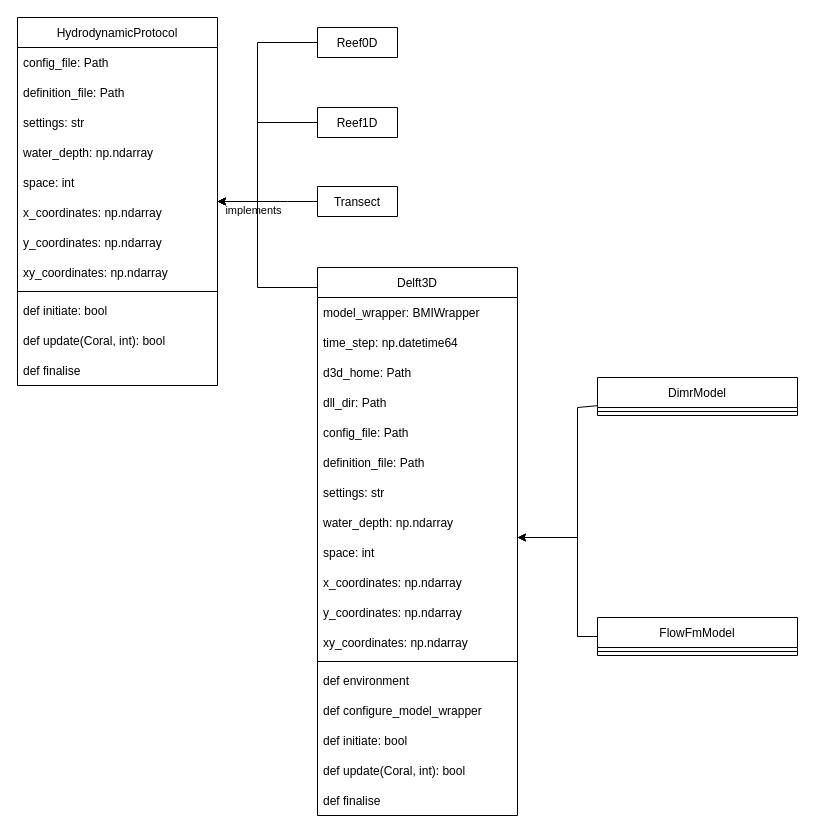
Above: page "HydrodynamicProtocol" (2 of 5) of docs/diagrams/general_class_diagram.drawio in Deltares-research/NBSDynamics (draw.io), before the change. Source tidied: cells renumbered, new cells numbered last; positions are measured from the earlier drawing's top-left corner, leaving out a move shared by most shapes. Both pictures are drawn from the tidied source at 100%, with x=0, y=0 at pixel (17, 17).
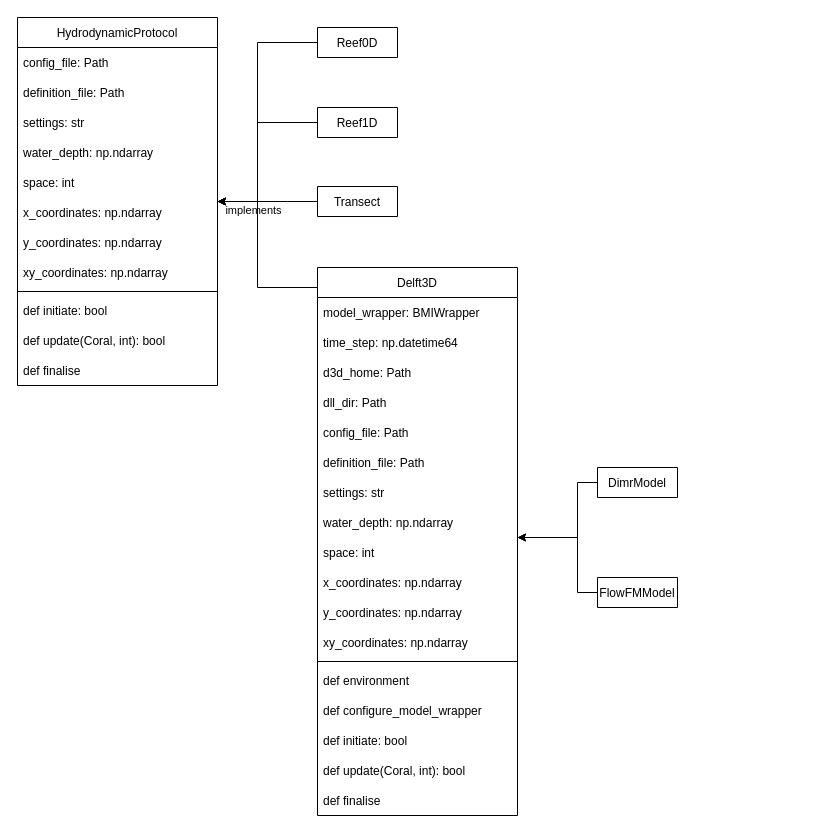
After the change.

Diff of the diagram source:
```diff
@@
-    <mxCell id="40" value="FlowFmModel" style="swimlane;fontStyle=0;horizontal=1;startSize=30;" parent="1" vertex="1">
-      <mxGeometry x="580" y="600" width="200" height="38" as="geometry" />
-    </mxCell>
-    <mxCell id="41" style="line;html=1;strokeWidth=1;align=left;verticalAlign=middle;spacingTop=-1;spacingLeft=3;spacingRight=3;labelPosition=right;" parent="40" vertex="1">
-      <mxGeometry y="30" width="200" height="8" as="geometry" />
-    </mxCell>
-    <mxCell id="42" value="DimrModel" style="swimlane;fontStyle=0;horizontal=1;startSize=30;" parent="1" vertex="1">
-      <mxGeometry x="580" y="360" width="200" height="38" as="geometry" />
-    </mxCell>
-    <mxCell id="43" style="line;html=1;strokeWidth=1;align=left;verticalAlign=middle;spacingTop=-1;spacingLeft=3;spacingRight=3;labelPosition=right;" parent="42" vertex="1">
-      <mxGeometry y="30" width="200" height="8" as="geometry" />
-    </mxCell>
     <mxCell id="44" style="endArrow=classic;html=1;rounded=0;" parent="1" edge="1" source="42">
       <mxGeometry relative="1" as="geometry">
         <mxPoint x="500" y="520" as="targetPoint" />
         <Array as="points">
-          <mxPoint x="560" y="390" />
+          <mxPoint x="560" y="465" />
           <mxPoint x="560" y="520" />
         </Array>
       </mxGeometry>
     </mxCell>
-    <mxCell id="45" style="endArrow=classic;html=1;rounded=0;" parent="1" edge="1" source="40">
+    <mxCell id="45" style="endArrow=classic;html=1;rounded=0;" parent="1" edge="1" source="47">
       <mxGeometry relative="1" as="geometry">
         <mxPoint x="500" y="520" as="targetPoint" />
         <Array as="points">
-          <mxPoint x="560" y="619" />
+          <mxPoint x="560" y="575" />
           <mxPoint x="560" y="520" />
         </Array>
       </mxGeometry>
     </mxCell>
@@
+    <mxCell id="42" value="DimrModel" style="swimlane;fontStyle=0;horizontal=1;startSize=30;" parent="1" vertex="1" collapsed="1">
+      <mxGeometry x="580" y="450" width="80" height="30" as="geometry" />
+    </mxCell>
+    <mxCell id="47" value="FlowFMModel" style="swimlane;fontStyle=0;horizontal=1;startSize=30;" parent="1" vertex="1" collapsed="1">
+      <mxGeometry x="580" y="560" width="80" height="30" as="geometry" />
+    </mxCell>
```
